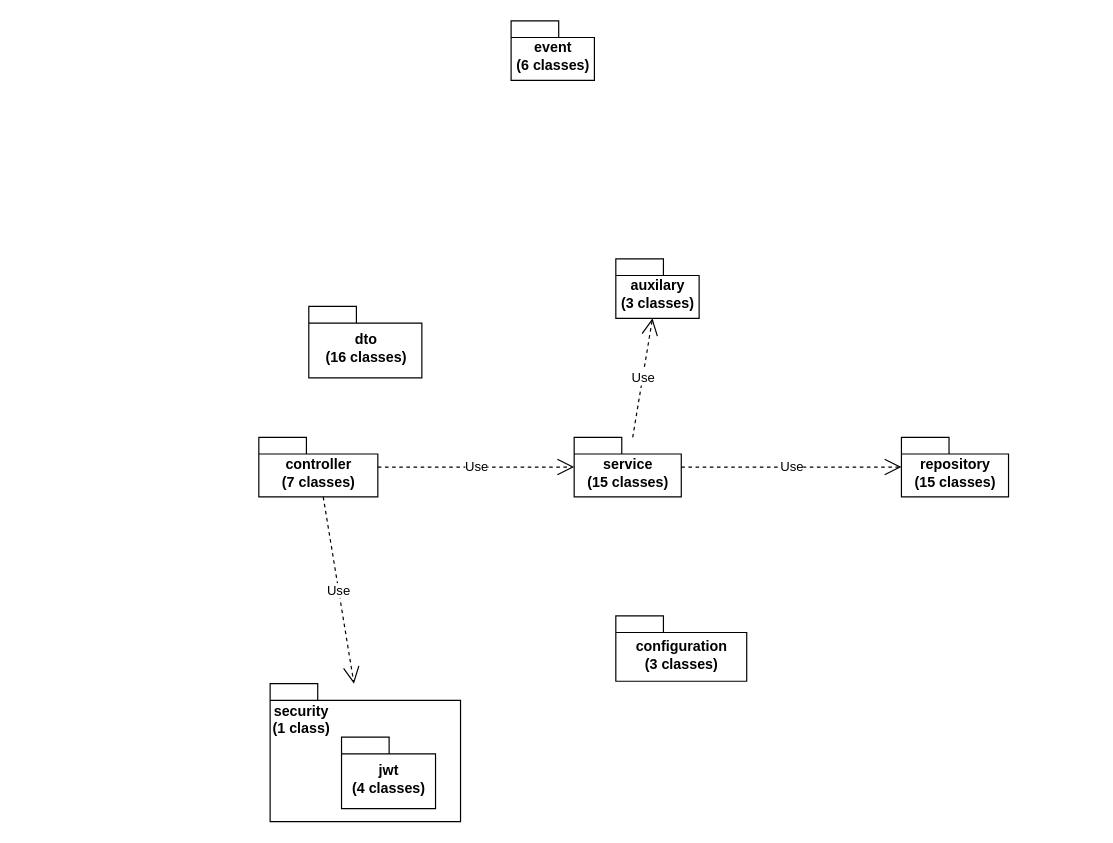
khwongbf/FYP-CodeBase keeps this draw.io diagram as simplified UML class diagram.drawio. Above is the earlier version. Source tidied: cells renumbered, new cells numbered last; positions are measured from the earlier drawing's top-left corner, leaving out a move shared by most shapes. Both pictures are drawn from the tidied source at 119%, with x=0, y=0 at pixel (258, 20).
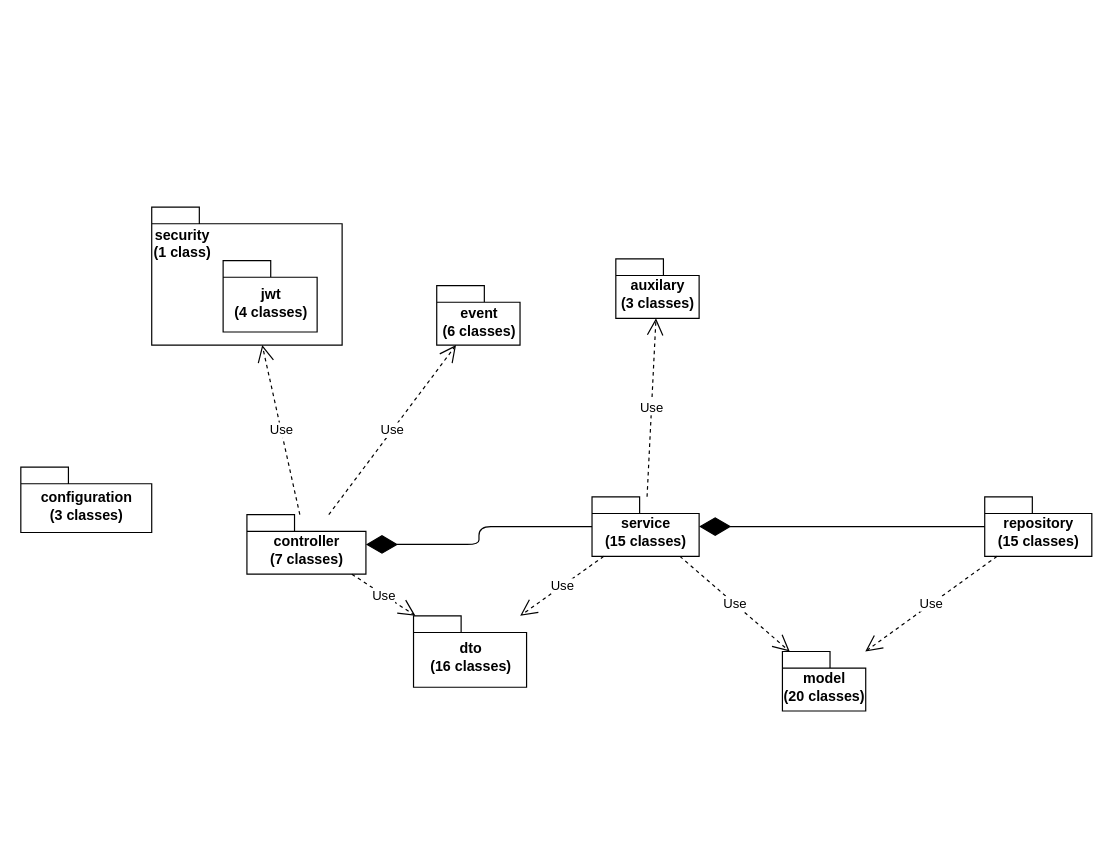
The same diagram, later.

Change to the diagram source:
```diff
@@
     <mxCell id="2" value="controller&lt;br&gt;(7 classes)&lt;br&gt;" style="shape=folder;fontStyle=1;spacingTop=10;tabWidth=40;tabHeight=14;tabPosition=left;html=1;" parent="1" vertex="1">
-      <mxGeometry y="350" width="100" height="50" as="geometry" />
+      <mxGeometry x="-10" y="415" width="100" height="50" as="geometry" />
     </mxCell>
     <mxCell id="3" value="service&lt;br&gt;(15 classes)&lt;br&gt;" style="shape=folder;fontStyle=1;spacingTop=10;tabWidth=40;tabHeight=14;tabPosition=left;html=1;" parent="1" vertex="1">
-      <mxGeometry x="265" y="350" width="90" height="50" as="geometry" />
+      <mxGeometry x="280" y="400" width="90" height="50" as="geometry" />
     </mxCell>
     <mxCell id="4" value="repository&lt;br&gt;(15 classes)&lt;br&gt;" style="shape=folder;fontStyle=1;spacingTop=10;tabWidth=40;tabHeight=14;tabPosition=left;html=1;" parent="1" vertex="1">
-      <mxGeometry x="540" y="350" width="90" height="50" as="geometry" />
+      <mxGeometry x="610" y="400" width="90" height="50" as="geometry" />
     </mxCell>
     <mxCell id="5" style="group;" parent="1" vertex="1">
-      <mxGeometry x="9.5" y="557" width="160" height="116" as="geometry" />
+      <mxGeometry x="-90" y="156.5" width="160" height="116" as="geometry" />
     </mxCell>
@@
     <mxCell id="8" value="event&lt;br&gt;(6 classes)&lt;br&gt;" style="shape=folder;fontStyle=1;spacingTop=10;tabWidth=40;tabHeight=14;tabPosition=left;html=1;align=center;" parent="1" vertex="1">
-      <mxGeometry x="212" width="70" height="50" as="geometry" />
+      <mxGeometry x="149.5" y="222.5" width="70" height="50" as="geometry" />
     </mxCell>
     <mxCell id="9" value="dto&lt;br&gt;(16 classes)&lt;br&gt;" style="shape=folder;fontStyle=1;spacingTop=10;tabWidth=40;tabHeight=14;tabPosition=left;html=1;align=center;" parent="1" vertex="1">
-      <mxGeometry x="42" y="240" width="95" height="60" as="geometry" />
+      <mxGeometry x="130" y="500" width="95" height="60" as="geometry" />
     </mxCell>
     <mxCell id="10" value="configuration&lt;br&gt;(3 classes)&lt;br&gt;" style="shape=folder;fontStyle=1;spacingTop=10;tabWidth=40;tabHeight=14;tabPosition=left;html=1;align=center;" parent="1" vertex="1">
-      <mxGeometry x="300" y="500" width="110" height="55" as="geometry" />
+      <mxGeometry x="-200" y="375" width="110" height="55" as="geometry" />
     </mxCell>
@@
-    <mxCell id="12" value="Use" style="endArrow=open;endSize=12;dashed=1;html=1;" parent="1" edge="1" source="3" target="4">
-      <mxGeometry relative="1" as="geometry" />
-    </mxCell>
-    <mxCell id="13" value="Use" style="endArrow=open;endSize=12;dashed=1;html=1;" parent="1" edge="1" source="2" target="3">
-      <mxGeometry relative="1" as="geometry" />
-    </mxCell>
@@
+    <mxCell id="16" value="model&lt;br&gt;(20 classes)&lt;br&gt;" style="shape=folder;fontStyle=1;spacingTop=10;tabWidth=40;tabHeight=14;tabPosition=left;html=1;align=center;" parent="1" vertex="1">
+      <mxGeometry x="440" y="530" width="70" height="50" as="geometry" />
+    </mxCell>
+    <mxCell id="17" value="Use" style="endArrow=open;endSize=12;dashed=1;html=1;" parent="1" edge="1" source="2" target="8">
+      <mxGeometry relative="1" as="geometry" />
+    </mxCell>
+    <mxCell id="18" style="endArrow=diamondThin;endFill=1;endSize=24;html=1;edgeStyle=orthogonalEdgeStyle;" parent="1" edge="1" source="3" target="2">
+      <mxGeometry relative="1" as="geometry" />
+    </mxCell>
+    <mxCell id="19" style="endArrow=diamondThin;endFill=1;endSize=24;html=1;edgeStyle=elbowEdgeStyle;elbow=vertical;" parent="1" edge="1" source="4" target="3">
+      <mxGeometry relative="1" as="geometry" />
+    </mxCell>
+    <mxCell id="20" value="Use" style="endArrow=open;endSize=12;dashed=1;html=1;" parent="1" edge="1" source="2" target="9">
+      <mxGeometry relative="1" as="geometry" />
+    </mxCell>
+    <mxCell id="21" value="Use" style="endArrow=open;endSize=12;dashed=1;html=1;" parent="1" edge="1" source="3" target="9">
+      <mxGeometry relative="1" as="geometry" />
+    </mxCell>
+    <mxCell id="22" value="Use" style="endArrow=open;endSize=12;dashed=1;html=1;" parent="1" edge="1" source="3" target="16">
+      <mxGeometry relative="1" as="geometry" />
+    </mxCell>
+    <mxCell id="23" value="Use" style="endArrow=open;endSize=12;dashed=1;html=1;" parent="1" edge="1" source="4" target="16">
+      <mxGeometry relative="1" as="geometry" />
+    </mxCell>
```
